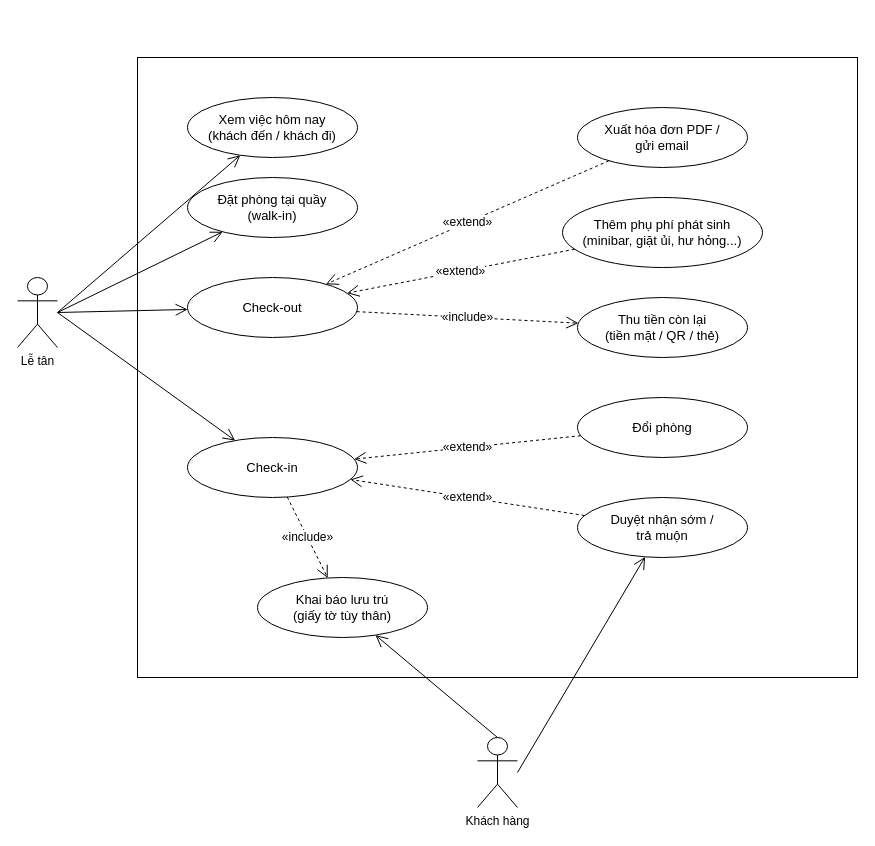
The draw.io diagram docs/use-case/uc3-nhan-tra-phong.drawio in ngynquchn2511/beach-hotel, before the edit. Source tidied: cells renumbered, new cells numbered last; positions are measured from the earlier drawing's top-left corner, leaving out a move shared by most shapes. Both pictures are drawn from the tidied source at 100%, with x=0, y=0 at pixel (17, 57).
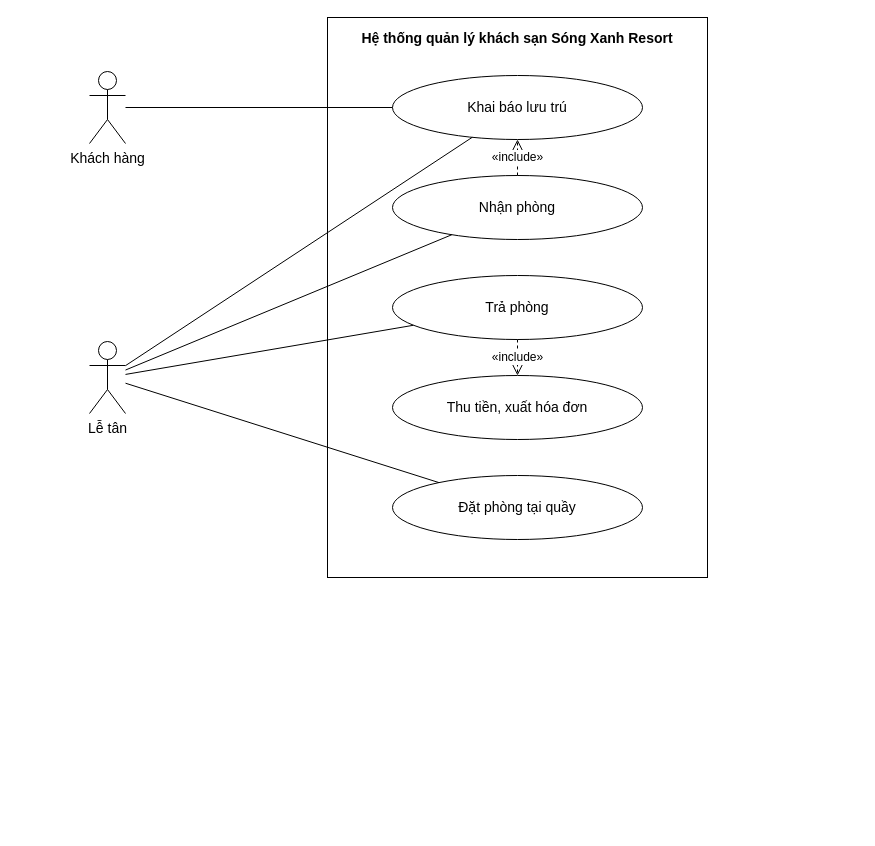
After the change.

The edit, as a diff of the source:
```diff
@@
-<mxGraphModel>
+<mxGraphModel background="#FFFFFF">
@@
-    <mxCell id="2" style="rounded=0;whiteSpace=wrap;html=1;verticalAlign=top;fontStyle=1;fontSize=14;fillColor=none;strokeColor=#000000;" parent="1" vertex="1">
-      <mxGeometry x="120" width="720" height="620" as="geometry" />
-    </mxCell>
+    <mxCell id="27" value="Hệ thống quản lý khách sạn Sóng Xanh Resort" style="fontFamily=Arial;fontColor=#000000;rounded=0;whiteSpace=wrap;html=1;verticalAlign=top;fontStyle=1;fontSize=14;fillColor=none;strokeColor=#000000;spacingTop=6;" parent="1" vertex="1">
+      <mxGeometry x="310" y="-40" width="380" height="560" as="geometry" />
+    </mxCell>
+    <mxCell id="28" value="Khai báo lưu trú" style="fontFamily=Arial;fontColor=#000000;ellipse;whiteSpace=wrap;html=1;fillColor=#FFFFFF;strokeColor=#000000;fontSize=14;" parent="1" vertex="1">
+      <mxGeometry x="375" y="18" width="250" height="64" as="geometry" />
+    </mxCell>
+    <mxCell id="29" value="Nhận phòng" style="fontFamily=Arial;fontColor=#000000;ellipse;whiteSpace=wrap;html=1;fillColor=#FFFFFF;strokeColor=#000000;fontSize=14;" parent="1" vertex="1">
+      <mxGeometry x="375" y="118" width="250" height="64" as="geometry" />
+    </mxCell>
+    <mxCell id="30" value="Trả phòng" style="fontFamily=Arial;fontColor=#000000;ellipse;whiteSpace=wrap;html=1;fillColor=#FFFFFF;strokeColor=#000000;fontSize=14;" parent="1" vertex="1">
+      <mxGeometry x="375" y="218" width="250" height="64" as="geometry" />
+    </mxCell>
+    <mxCell id="31" value="Thu tiền, xuất hóa đơn" style="fontFamily=Arial;fontColor=#000000;ellipse;whiteSpace=wrap;html=1;fillColor=#FFFFFF;strokeColor=#000000;fontSize=14;" parent="1" vertex="1">
+      <mxGeometry x="375" y="318" width="250" height="64" as="geometry" />
+    </mxCell>
+    <mxCell id="32" value="Đặt phòng tại quầy" style="fontFamily=Arial;fontColor=#000000;ellipse;whiteSpace=wrap;html=1;fillColor=#FFFFFF;strokeColor=#000000;fontSize=14;" parent="1" vertex="1">
+      <mxGeometry x="375" y="418" width="250" height="64" as="geometry" />
+    </mxCell>
+    <mxCell id="4" value="Khách hàng" style="fontFamily=Arial;fontColor=#000000;shape=umlActor;verticalLabelPosition=bottom;verticalAlign=top;html=1;outlineConnect=0;fillColor=#FFFFFF;strokeColor=#000000;fontSize=14;" parent="1" vertex="1">
+      <mxGeometry x="72" y="14" width="36" height="72" as="geometry" />
+    </mxCell>
-    <mxCell id="3" value="Lễ tân" style="shape=umlActor;verticalLabelPosition=bottom;verticalAlign=top;html=1;outlineConnect=0;fillColor=#FFFFFF;strokeColor=#000000;" parent="1" vertex="1">
-      <mxGeometry y="220" width="40" height="70" as="geometry" />
+    <mxCell id="3" value="Lễ tân" style="fontFamily=Arial;fontColor=#000000;shape=umlActor;verticalLabelPosition=bottom;verticalAlign=top;html=1;outlineConnect=0;fillColor=#FFFFFF;strokeColor=#000000;fontSize=14;" parent="1" vertex="1">
+      <mxGeometry x="72" y="284" width="36" height="72" as="geometry" />
     </mxCell>
-    <mxCell id="4" value="Khách hàng" style="shape=umlActor;verticalLabelPosition=bottom;verticalAlign=top;html=1;outlineConnect=0;fillColor=#FFFFFF;strokeColor=#000000;" parent="1" vertex="1">
-      <mxGeometry x="460" y="680" width="40" height="70" as="geometry" />
-    </mxCell>
-    <mxCell id="5" value="Xem việc hôm nay&lt;br&gt;(khách đến / khách đi)" style="ellipse;whiteSpace=wrap;html=1;fillColor=#FFFFFF;strokeColor=#000000;fontSize=13;" parent="2" vertex="1">
-      <mxGeometry x="50" y="40" width="170" height="60" as="geometry" />
-    </mxCell>
-    <mxCell id="6" value="Đặt phòng tại quầy&lt;br&gt;(walk-in)" style="ellipse;whiteSpace=wrap;html=1;fillColor=#FFFFFF;strokeColor=#000000;fontSize=13;" parent="2" vertex="1">
-      <mxGeometry x="50" y="120" width="170" height="60" as="geometry" />
-    </mxCell>
-    <mxCell id="7" value="Check-out" style="ellipse;whiteSpace=wrap;html=1;fillColor=#FFFFFF;strokeColor=#000000;fontSize=13;" parent="2" vertex="1">
-      <mxGeometry x="50" y="220" width="170" height="60" as="geometry" />
-    </mxCell>
-    <mxCell id="8" value="Check-in" style="ellipse;whiteSpace=wrap;html=1;fillColor=#FFFFFF;strokeColor=#000000;fontSize=13;" parent="2" vertex="1">
-      <mxGeometry x="50" y="380" width="170" height="60" as="geometry" />
-    </mxCell>
-    <mxCell id="9" value="Khai báo lưu trú&lt;br&gt;(giấy tờ tùy thân)" style="ellipse;whiteSpace=wrap;html=1;fillColor=#FFFFFF;strokeColor=#000000;fontSize=13;" parent="2" vertex="1">
-      <mxGeometry x="120" y="520" width="170" height="60" as="geometry" />
-    </mxCell>
-    <mxCell id="10" value="Xuất hóa đơn PDF /&lt;br&gt;gửi email" style="ellipse;whiteSpace=wrap;html=1;fillColor=#FFFFFF;strokeColor=#000000;fontSize=13;" parent="2" vertex="1">
-      <mxGeometry x="440" y="50" width="170" height="60" as="geometry" />
-    </mxCell>
-    <mxCell id="11" value="Thêm phụ phí phát sinh&lt;br&gt;(minibar, giặt ủi, hư hỏng...)" style="ellipse;whiteSpace=wrap;html=1;fillColor=#FFFFFF;strokeColor=#000000;fontSize=13;" parent="2" vertex="1">
-      <mxGeometry x="425" y="140" width="200" height="70" as="geometry" />
-    </mxCell>
-    <mxCell id="12" value="Thu tiền còn lại&lt;br&gt;(tiền mặt / QR / thẻ)" style="ellipse;whiteSpace=wrap;html=1;fillColor=#FFFFFF;strokeColor=#000000;fontSize=13;" parent="2" vertex="1">
-      <mxGeometry x="440" y="240" width="170" height="60" as="geometry" />
-    </mxCell>
-    <mxCell id="13" value="Đổi phòng" style="ellipse;whiteSpace=wrap;html=1;fillColor=#FFFFFF;strokeColor=#000000;fontSize=13;" parent="2" vertex="1">
-      <mxGeometry x="440" y="340" width="170" height="60" as="geometry" />
-    </mxCell>
-    <mxCell id="14" value="Duyệt nhận sớm /&lt;br&gt;trả muộn" style="ellipse;whiteSpace=wrap;html=1;fillColor=#FFFFFF;strokeColor=#000000;fontSize=13;" parent="2" vertex="1">
-      <mxGeometry x="440" y="440" width="170" height="60" as="geometry" />
-    </mxCell>
-    <mxCell id="15" style="endArrow=open;endSize=10;html=1;strokeColor=#000000;exitX=1;exitY=0.5;exitPerimeter=0;" parent="1" edge="1" source="3" target="5">
-      <mxGeometry relative="1" as="geometry" />
-    </mxCell>
-    <mxCell id="16" style="endArrow=open;endSize=10;html=1;strokeColor=#000000;exitX=1;exitY=0.5;exitPerimeter=0;" parent="1" edge="1" source="3" target="6">
-      <mxGeometry relative="1" as="geometry" />
-    </mxCell>
-    <mxCell id="17" style="endArrow=open;endSize=10;html=1;strokeColor=#000000;exitX=1;exitY=0.5;exitPerimeter=0;" parent="1" edge="1" source="3" target="7">
-      <mxGeometry relative="1" as="geometry" />
-    </mxCell>
-    <mxCell id="18" style="endArrow=open;endSize=10;html=1;strokeColor=#000000;exitX=1;exitY=0.5;exitPerimeter=0;" parent="1" edge="1" source="3" target="8">
-      <mxGeometry relative="1" as="geometry" />
-    </mxCell>
-    <mxCell id="19" style="endArrow=open;endSize=10;html=1;strokeColor=#000000;exitX=0.5;exitY=0;exitPerimeter=0;" parent="1" edge="1" source="4" target="9">
-      <mxGeometry relative="1" as="geometry" />
-    </mxCell>
-    <mxCell id="20" style="endArrow=open;endSize=10;html=1;strokeColor=#000000;exitX=1;exitY=0.5;exitPerimeter=0;" parent="1" edge="1" source="4" target="14">
-      <mxGeometry relative="1" as="geometry" />
-    </mxCell>
-    <mxCell id="21" value="«include»" style="endArrow=open;endSize=10;dashed=1;html=1;strokeColor=#000000;fontSize=12;labelBackgroundColor=#FFFFFF;" parent="1" edge="1" source="8" target="9">
-      <mxGeometry relative="1" as="geometry" />
-    </mxCell>
-    <mxCell id="22" value="«extend»" style="endArrow=open;endSize=10;dashed=1;html=1;strokeColor=#000000;fontSize=12;labelBackgroundColor=#FFFFFF;" parent="1" edge="1" source="14" target="8">
-      <mxGeometry relative="1" as="geometry" />
-    </mxCell>
-    <mxCell id="23" value="«extend»" style="endArrow=open;endSize=10;dashed=1;html=1;strokeColor=#000000;fontSize=12;labelBackgroundColor=#FFFFFF;" parent="1" edge="1" source="13" target="8">
-      <mxGeometry relative="1" as="geometry" />
-    </mxCell>
-    <mxCell id="24" value="«include»" style="endArrow=open;endSize=10;dashed=1;html=1;strokeColor=#000000;fontSize=12;labelBackgroundColor=#FFFFFF;" parent="1" edge="1" source="7" target="12">
+    <mxCell id="24" style="fontFamily=Arial;fontColor=#000000;endArrow=none;html=1;strokeColor=#000000;rounded=0;" parent="1" edge="1" source="4" target="28">
       <mxGeometry relative="1" as="geometry" />
     </mxCell>
-    <mxCell id="25" value="«extend»" style="endArrow=open;endSize=10;dashed=1;html=1;strokeColor=#000000;fontSize=12;labelBackgroundColor=#FFFFFF;" parent="1" edge="1" source="11" target="7">
+    <mxCell id="25" style="fontFamily=Arial;fontColor=#000000;endArrow=none;html=1;strokeColor=#000000;rounded=0;" parent="1" edge="1" source="3" target="28">
       <mxGeometry relative="1" as="geometry" />
     </mxCell>
-    <mxCell id="26" value="«extend»" style="endArrow=open;endSize=10;dashed=1;html=1;strokeColor=#000000;fontSize=12;labelBackgroundColor=#FFFFFF;" parent="1" edge="1" source="10" target="7">
+    <mxCell id="26" style="fontFamily=Arial;fontColor=#000000;endArrow=none;html=1;strokeColor=#000000;rounded=0;" parent="1" edge="1" source="3" target="29">
       <mxGeometry relative="1" as="geometry" />
     </mxCell>
+    <mxCell id="33" style="fontFamily=Arial;fontColor=#000000;endArrow=none;html=1;strokeColor=#000000;rounded=0;" parent="1" edge="1" source="3" target="30">
+      <mxGeometry relative="1" as="geometry" />
+    </mxCell>
+    <mxCell id="34" style="fontFamily=Arial;fontColor=#000000;endArrow=none;html=1;strokeColor=#000000;rounded=0;" parent="1" edge="1" source="3" target="32">
+      <mxGeometry relative="1" as="geometry" />
+    </mxCell>
+    <mxCell id="35" value="«include»" style="fontFamily=Arial;fontColor=#000000;endArrow=open;endSize=10;dashed=1;html=1;strokeColor=#000000;rounded=0;fontSize=12;labelBackgroundColor=#FFFFFF;exitX=0.5;exitY=0;exitDx=0;exitDy=0;exitPerimeter=0;entryX=0.5;entryY=1;entryDx=0;entryDy=0;entryPerimeter=0;" parent="1" edge="1" source="29" target="28">
+      <mxGeometry relative="1" as="geometry" />
+    </mxCell>
+    <mxCell id="36" value="«include»" style="fontFamily=Arial;fontColor=#000000;endArrow=open;endSize=10;dashed=1;html=1;strokeColor=#000000;rounded=0;fontSize=12;labelBackgroundColor=#FFFFFF;exitX=0.5;exitY=1;exitDx=0;exitDy=0;exitPerimeter=0;entryX=0.5;entryY=0;entryDx=0;entryDy=0;entryPerimeter=0;" parent="1" edge="1" source="30" target="31">
+      <mxGeometry relative="1" as="geometry" />
+    </mxCell>
```
